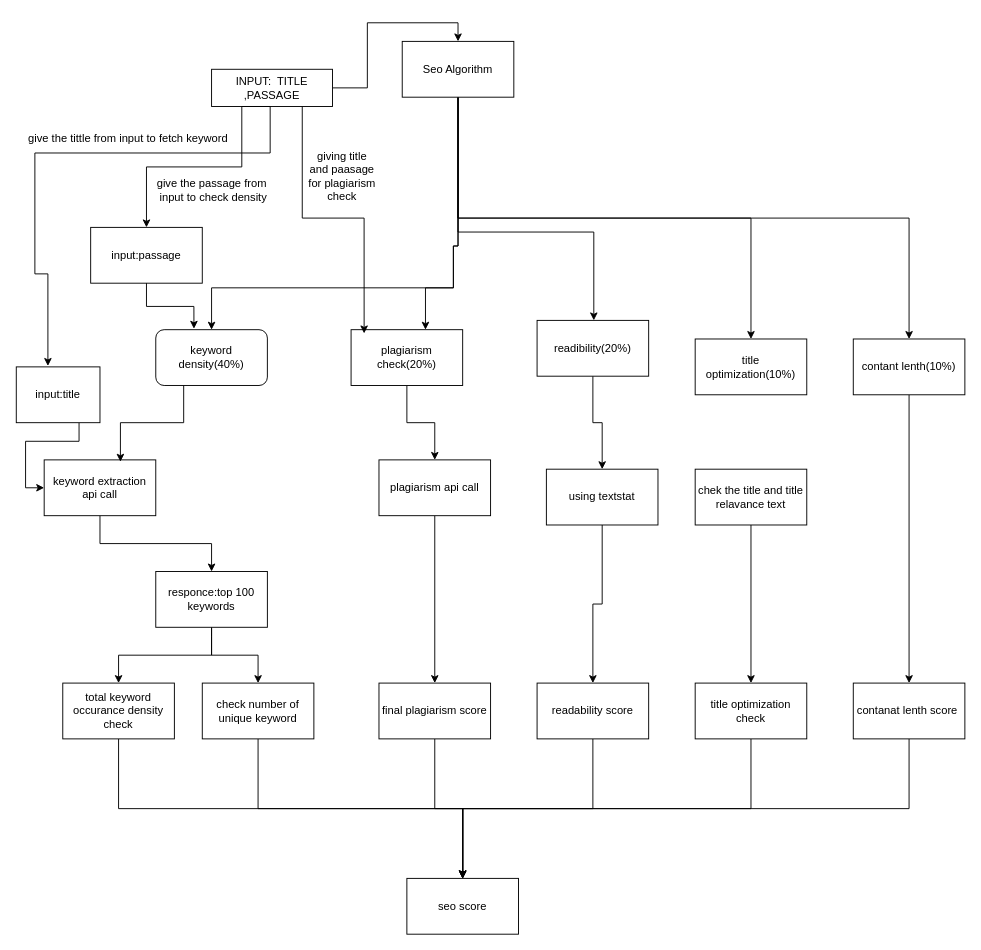
dhruvcyclewala88/git_demo keeps this draw.io diagram as Untitled Diagram.drawio. Above is the earlier version. Source tidied: cells renumbered, new cells numbered last; positions are measured from the earlier drawing's top-left corner, leaving out a move shared by most shapes. Both pictures are drawn from the tidied source at 93%, with x=0, y=0 at pixel (16, 41).
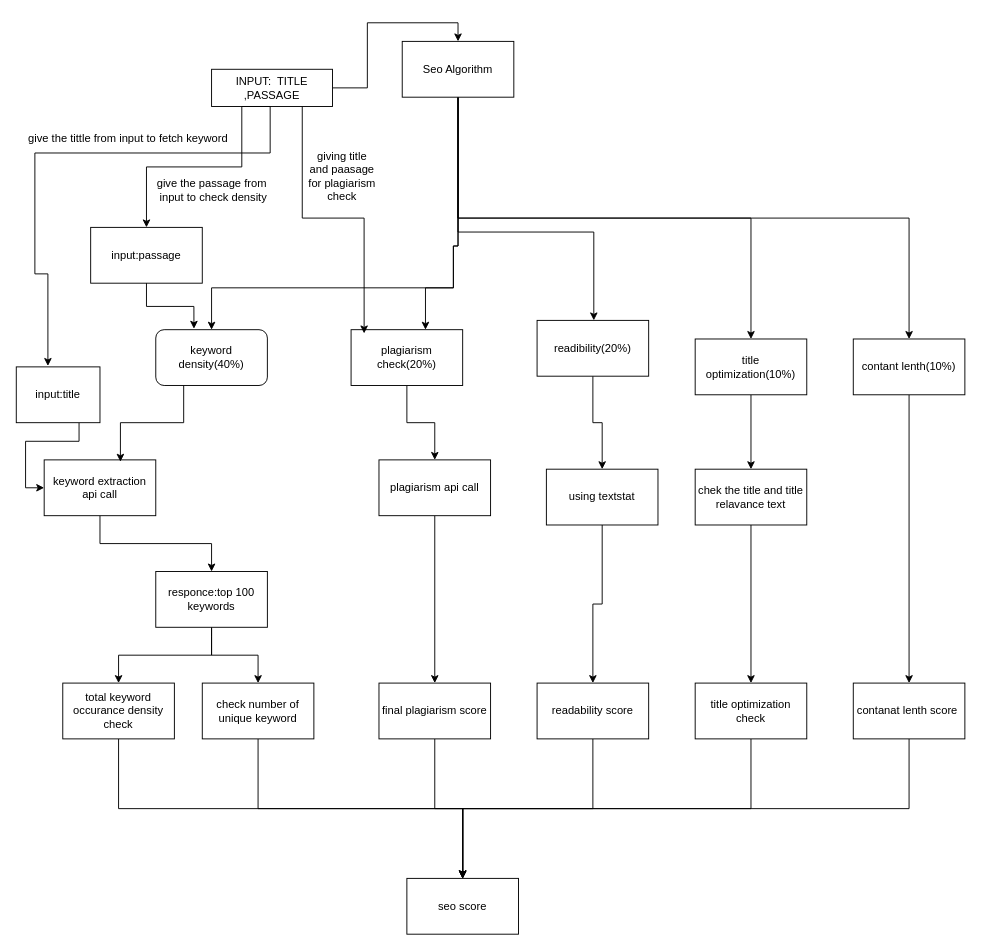
After the change.

Unchanged cells that the change refers to:
```xml
<mxCell id="43" value="title optimization(10%)" style="rounded=0;whiteSpace=wrap;html=1;" parent="1" vertex="1">
  <mxGeometry x="730" y="320" width="120" height="60" as="geometry" />
</mxCell>
<mxCell id="45" value="chek the title and title relavance text" style="rounded=0;whiteSpace=wrap;html=1;" parent="1" vertex="1">
  <mxGeometry x="730" y="460" width="120" height="60" as="geometry" />
</mxCell>
```

The edit, as a diff of the source:
```diff
@@
+    <mxCell id="53" style="edgeStyle=orthogonalEdgeStyle;rounded=0;jettySize=auto;html=1;exitX=0.5;exitY=1;exitDx=0;exitDy=0;" parent="1" edge="1" source="43" target="45">
+      <mxGeometry relative="1" as="geometry" />
+    </mxCell>
```
